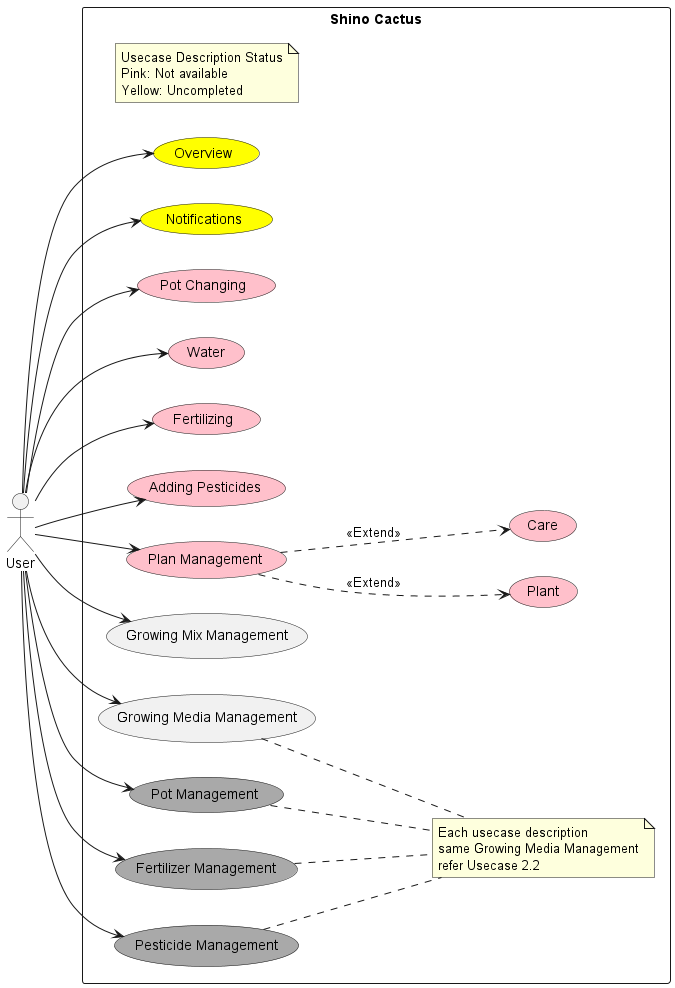
Above: out/UML/Concept/Usecase.png in Shinodari/CactusMan-Analysis (PlantUML), before the change.
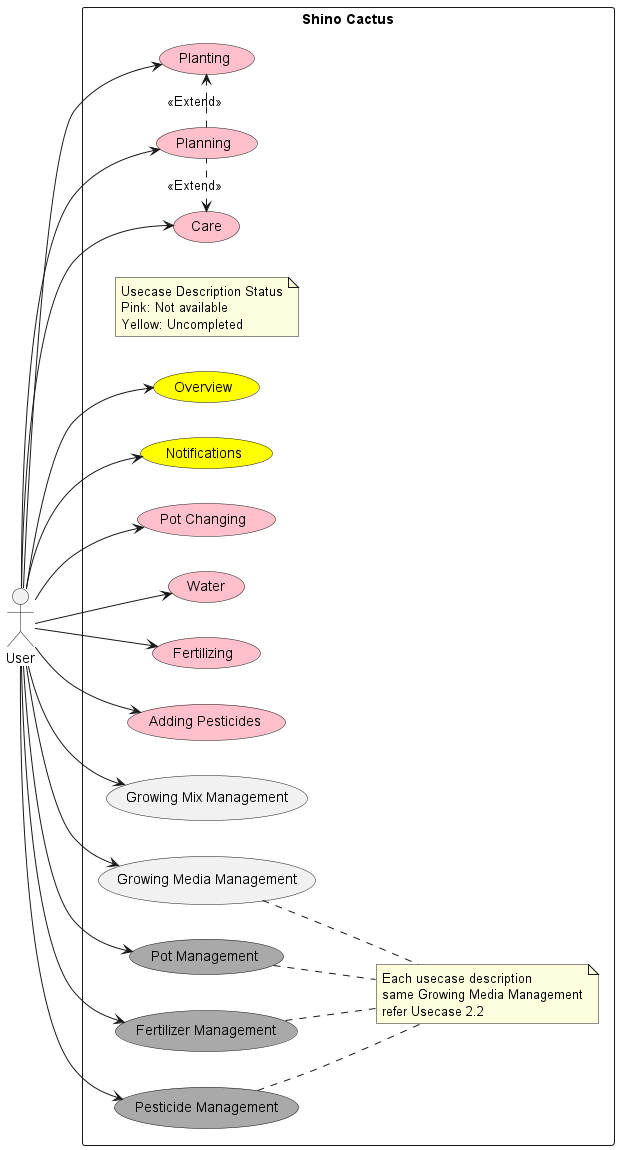
After the commit.

Commit message:
fix(usecase): change relationship and word of plan management group

Change to the diagram source:
```diff
@@ -11,8 +11,8 @@
     usecase Water #pink
     usecase Fertilizing #pink
     usecase "Adding Pesticides" as APesticides #pink
-    usecase "Plan Management" as PlanM #pink
-    usecase Plant #pink
+    usecase "Planning" as PlanM #pink
+    usecase Planting #pink
     usecase Care #pink
     usecase "Growing Mix Management" as GXM
     usecase "Growing Media Management" as GMM
@@ -29,14 +29,16 @@
 User --> Fertilizing
 User --> APesticides
 User --> PlanM
+User --> Planting
+User --> Care
 User --> GXM
 User --> GMM
 User --> PotM
 User --> FertilizerM
 User --> PesticideM
 
-PlanM ..> Plant : <<Extend>>
-PlanM ..> Care : <<Extend>>
+PlanM .right.> Planting : <<Extend>>
+PlanM .left.> Care : <<Extend>>
 
 GMM .. SameDesc
 PotM .. SameDesc
```
